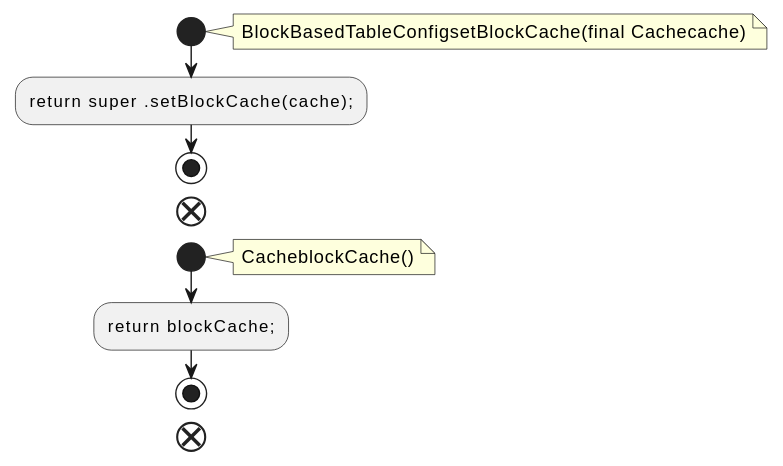
This is docs/qc/streams/src/main/java/org/apache/kafka/streams/state/internals/BlockBasedTableConfigWithAccessibleCache.java.fct.svg from qualitesys/kafka, a PlantUML export, as it was before one commit. The source it was exported from:
```plantuml
@startuml
!pragma layout smetana
start
note right
BlockBasedTableConfigsetBlockCache(final Cachecache)
end note
:return super .setBlockCache(cache);;
stop
end
start
note right
CacheblockCache()
end note
:return blockCache;;
stop
end
@enduml
```
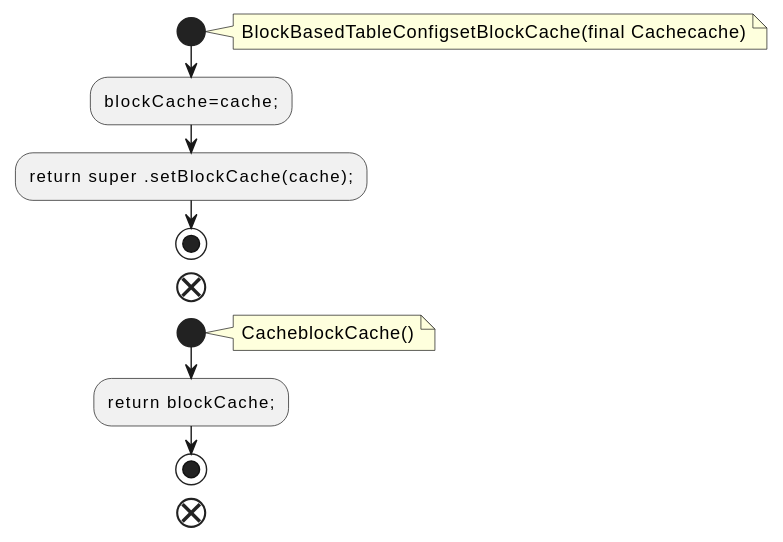
After the commit.

What changed in the source:
```diff
@@ -4,6 +4,7 @@
 note right
 BlockBasedTableConfigsetBlockCache(final Cachecache)
 end note
+:blockCache=cache;;
 :return super .setBlockCache(cache);;
 stop
 end
```
